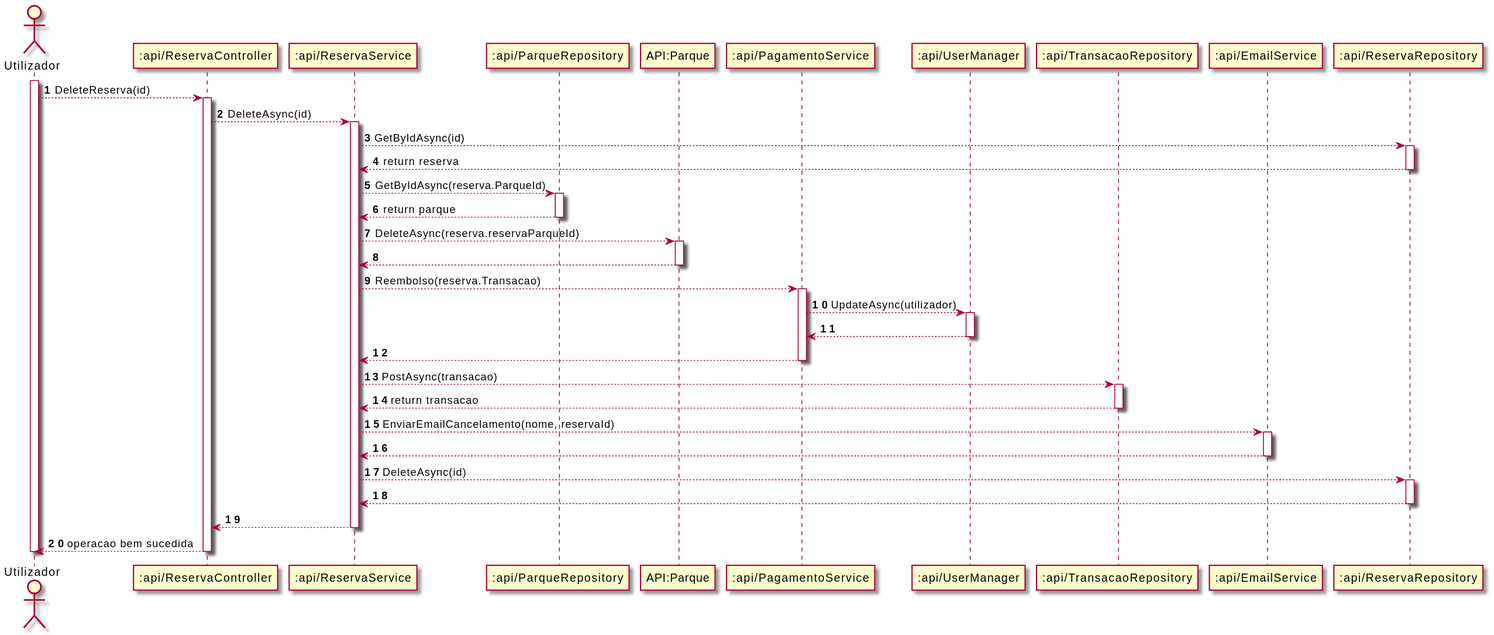
This is Documentos/Sprint3/UC3/UC3_SD.svg from UPskillDOTNET/Jakim-das-Coives-S.A., a PlantUML export, as it was before one commit.
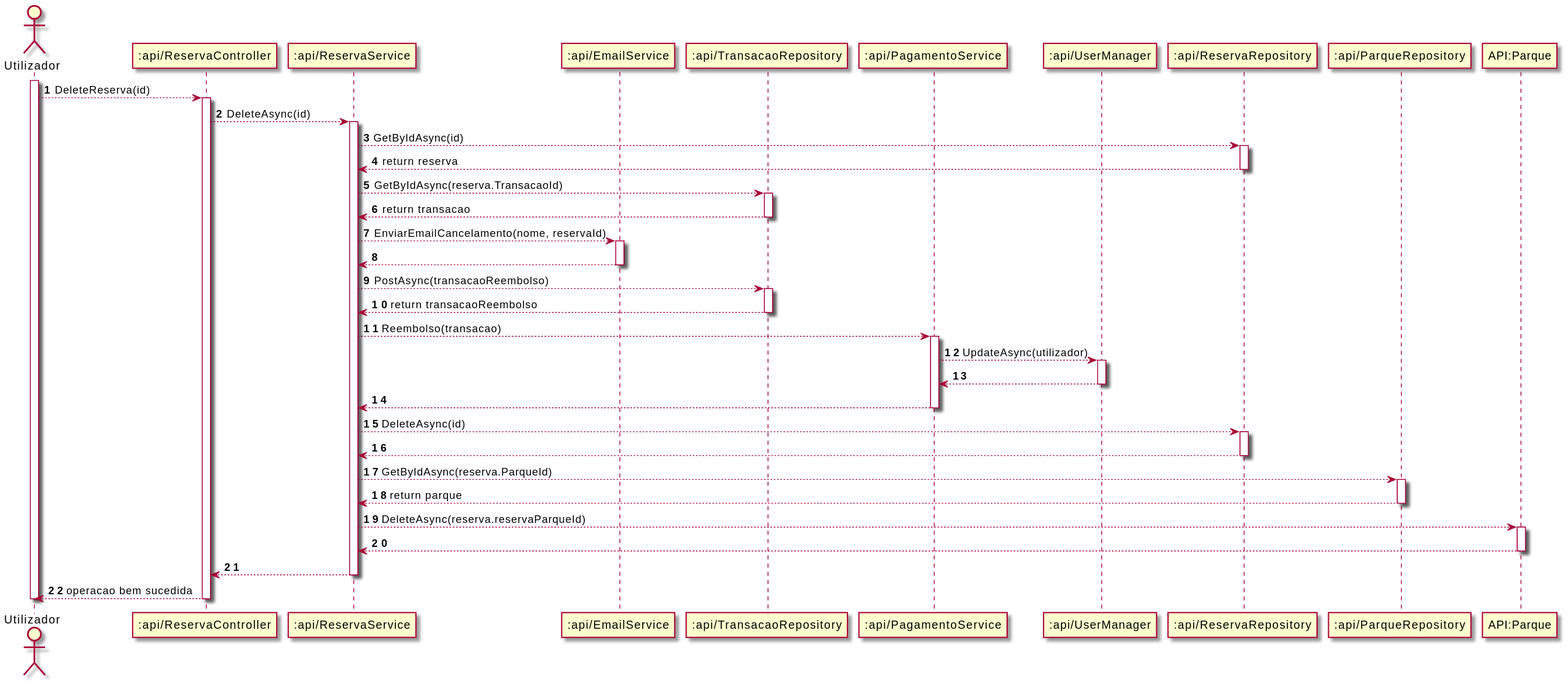
Later version of the same file.

Change to the diagram source:
```diff
@@ -3,14 +3,13 @@
 actor "Utilizador" as U
 participant ":api/ReservaController" as RC
 participant ":api/ReservaService" as RS
+participant ":api/EmailService" as ES
+participant ":api/TransacaoRepository" as TR
+participant ":api/PagamentoService" as PS
+participant ":api/UserManager" as UM
+participant ":api/ReservaRepository" as RR
 participant ":api/ParqueRepository" as PR
 participant "API:Parque" as API
-participant ":api/PagamentoService" as PS
-participant ":api/UserManager" as UM
-participant ":api/TransacaoRepository" as TR
-participant ":api/EmailService" as ES
-participant ":api/ReservaRepository" as RR
-
 
 activate U
 
@@ -26,6 +25,42 @@
 RR --> RS:return reserva
 deactivate RR
 
+RS --> TR: GetByIdAsync(reserva.TransacaoId)
+activate TR
+
+TR --> RS:return transacao
+deactivate TR
+
+RS --> ES: EnviarEmailCancelamento(nome, reservaId)
+activate ES
+
+ES --> RS:
+deactivate ES
+
+RS --> TR: PostAsync(transacaoReembolso)
+activate TR
+
+TR --> RS: return transacaoReembolso
+deactivate TR
+
+RS --> PS: Reembolso(transacao)
+activate PS
+
+PS --> UM: UpdateAsync(utilizador)
+activate UM
+
+UM --> PS:
+deactivate UM
+
+PS --> RS
+deactivate PS
+
+RS --> RR: DeleteAsync(id)
+activate RR
+
+RR --> RS:
+deactivate RR
+
 RS --> PR: GetByIdAsync(reserva.ParqueId)
 activate PR
 
@@ -38,36 +73,6 @@
 API --> RS:
 deactivate API
 
-RS --> PS: Reembolso(reserva.Transacao)
-activate PS
-
-PS --> UM: UpdateAsync(utilizador)
-activate UM
-
-UM --> PS:
-deactivate UM
-
-PS --> RS
-deactivate PS
-
-RS --> TR: PostAsync(transacao)
-activate TR
-
-TR --> RS: return transacao
-deactivate TR
-
-RS --> ES: EnviarEmailCancelamento(nome, reservaId)
-activate ES
-
-ES --> RS:
-deactivate ES
-
-RS --> RR: DeleteAsync(id)
-activate RR
-
-RR --> RS:
-deactivate RR
-
 RS --> RC:
 deactivate RS
 
```
